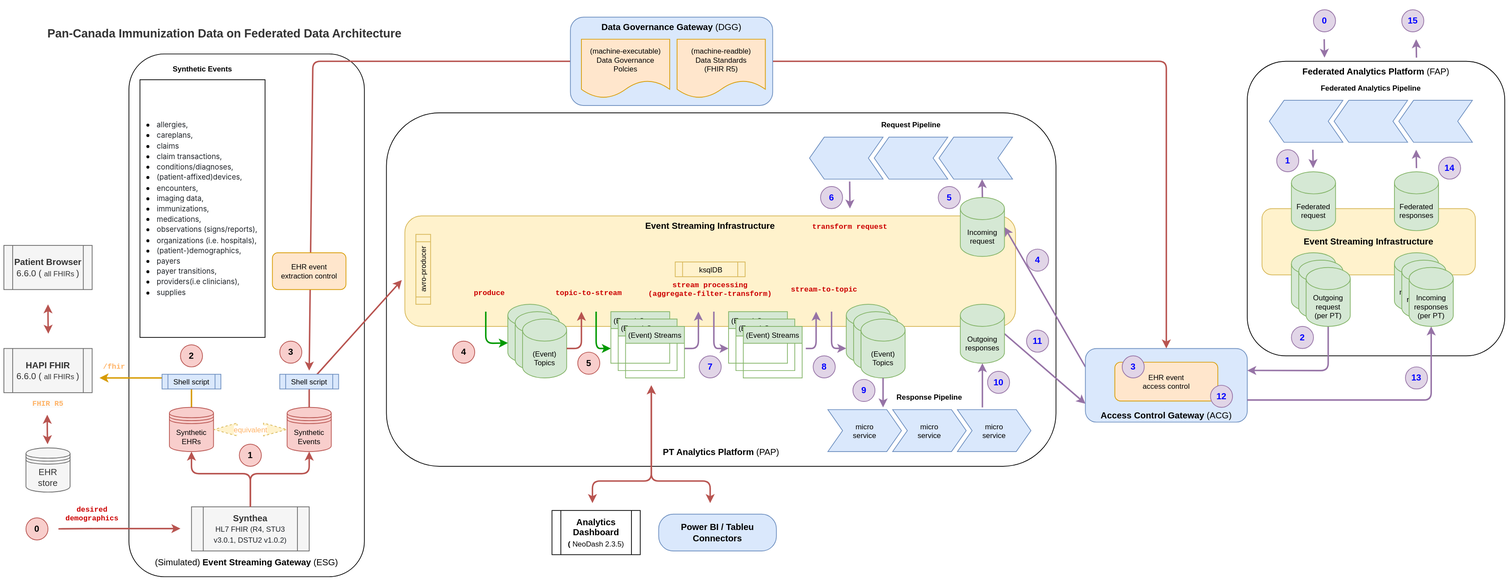
The draw.io diagram paradire/img/system-architecture.drawio.svg in PHACDataHub/data-mesh-ref-impl, before a commit. Source tidied: cells renumbered, new cells last; positions are measured from the earlier drawing's top-left corner, leaving out a move shared by most shapes.
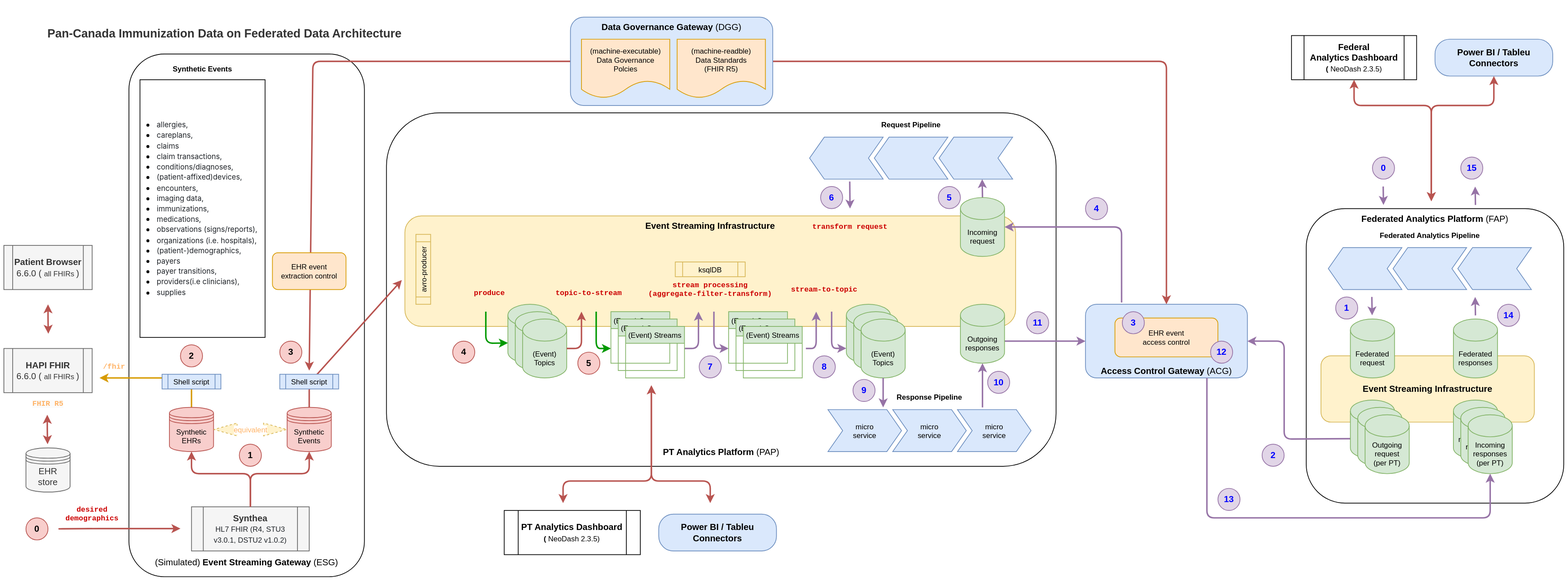
After the commit.

Diff of the diagram source:
```diff
@@ -3,7 +3,7 @@
     <mxCell id="0" />
     <mxCell id="1" parent="0" />
     <mxCell id="2" value="&lt;b&gt;Federated Analytics Platform&amp;nbsp;&lt;/b&gt;(FAP)" style="rounded=1;whiteSpace=wrap;html=1;fontFamily=Helvetica;fontSize=12;fontColor=#000000;verticalAlign=top;spacingBottom=10;fillColor=none;" parent="1" vertex="1">
-      <mxGeometry x="1690" y="70" width="350" height="400" as="geometry" />
+      <mxGeometry x="1770" y="270" width="350" height="400" as="geometry" />
     </mxCell>
     <mxCell id="3" value="&lt;b&gt;PT Analytics Platform&amp;nbsp;&lt;/b&gt;(PAP)" style="rounded=1;whiteSpace=wrap;html=1;fontFamily=Helvetica;fontSize=12;fontColor=#000000;verticalAlign=bottom;spacingBottom=10;fillColor=none;" parent="1" vertex="1">
       <mxGeometry x="520" y="140" width="910" height="480" as="geometry" />
@@ -14,11 +14,18 @@
     <mxCell id="5" value="&lt;span style=&quot;font-size: 12px; font-weight: 700;&quot;&gt;Event Streaming Infrastructure&lt;/span&gt;" style="rounded=1;whiteSpace=wrap;html=1;fillColor=#fff2cc;strokeColor=#d6b656;fontSize=10;verticalAlign=top;" parent="1" vertex="1">
       <mxGeometry x="545" y="280" width="830" height="150" as="geometry" />
     </mxCell>
-    <mxCell id="6" style="endArrow=classic;html=1;strokeWidth=2;fillColor=#e1d5e7;strokeColor=#9673a6;entryX=0;entryY=0.75;entryDx=0;entryDy=0;startArrow=none;exitX=1;exitY=0.5;exitDx=0;exitDy=0;exitPerimeter=0;" parent="1" edge="1" source="61" target="68">
-      <mxGeometry relative="1" as="geometry" />
+    <mxCell id="6" style="endArrow=classic;html=1;strokeWidth=2;fillColor=#e1d5e7;strokeColor=#9673a6;entryX=0;entryY=0.5;entryDx=0;entryDy=0;startArrow=none;" parent="1" edge="1" target="68">
+      <mxGeometry relative="1" as="geometry">
+        <mxPoint x="1360" y="450" as="sourcePoint" />
+      </mxGeometry>
     </mxCell>
-    <mxCell id="7" style="endArrow=classic;html=1;strokeWidth=2;fillColor=#e1d5e7;strokeColor=#9673a6;startArrow=none;exitX=0;exitY=0.25;exitDx=0;exitDy=0;entryX=1;entryY=0.5;entryDx=0;entryDy=0;entryPerimeter=0;" parent="1" edge="1" source="68" target="52">
-      <mxGeometry relative="1" as="geometry" />
+    <mxCell id="7" style="endArrow=classic;html=1;strokeWidth=2;fillColor=#e1d5e7;strokeColor=#9673a6;startArrow=none;exitX=0.223;exitY=-0.025;exitDx=0;exitDy=0;entryX=1;entryY=0.5;entryDx=0;entryDy=0;entryPerimeter=0;exitPerimeter=0;" parent="1" edge="1" source="68" target="52">
+      <mxGeometry relative="1" as="geometry">
+        <Array as="points">
+          <mxPoint x="1519" y="295" />
+          <mxPoint x="1450" y="295" />
+        </Array>
+      </mxGeometry>
     </mxCell>
     <mxCell id="8" style="endArrow=classic;html=1;strokeWidth=2;fillColor=#e1d5e7;strokeColor=#9673a6;" parent="1" edge="1">
       <mxGeometry relative="1" as="geometry">
@@ -274,7 +281,7 @@
       <mxGeometry x="145" y="30" width="120" height="80" as="geometry" />
     </mxCell>
     <mxCell id="67" style="group;" parent="1" vertex="1">
-      <mxGeometry x="1470" y="460" width="220" height="100" as="geometry" />
+      <mxGeometry x="1470" y="400" width="220" height="100" as="geometry" />
     </mxCell>
     <mxCell id="68" value="&lt;font color=&quot;#000000&quot;&gt;&lt;b&gt;Access Control Gateway&lt;/b&gt; (ACG)&lt;/font&gt;" style="rounded=1;whiteSpace=wrap;html=1;fontFamily=Helvetica;fontSize=12;verticalAlign=bottom;fillColor=#dae8fc;strokeColor=#6c8ebf;" parent="67" vertex="1">
       <mxGeometry width="220" height="100" as="geometry" />
@@ -313,7 +320,7 @@
       <mxGeometry x="120" y="475" width="60" height="20" as="geometry" />
     </mxCell>
     <mxCell id="78" value="Federated Analytics Pipeline" style="swimlane;horizontal=1;fillColor=none;strokeColor=none;stackBorder=10;align=center;whiteSpace=wrap;html=1;fontFamily=Helvetica;fontSize=10;fontColor=#000000;verticalAlign=bottom;spacing=0;" parent="1" vertex="1">
-      <mxGeometry x="1710" y="90" width="296" height="100" as="geometry" />
+      <mxGeometry x="1790" y="290" width="296" height="100" as="geometry" />
     </mxCell>
     <mxCell id="79" style="shape=step;perimeter=stepPerimeter;fixedSize=1;whiteSpace=wrap;html=1;fontFamily=Helvetica;fontSize=10;rotation=180;fillColor=#dae8fc;strokeColor=#6c8ebf;" parent="78" vertex="1">
       <mxGeometry x="10" y="33" width="100" height="57" as="geometry" />
@@ -325,25 +332,27 @@
       <mxGeometry x="186" y="33" width="100" height="57" as="geometry" />
     </mxCell>
     <mxCell id="82" value="&lt;span style=&quot;font-size: 12px; font-weight: 700;&quot;&gt;Event Streaming Infrastructure&lt;/span&gt;" style="rounded=1;whiteSpace=wrap;html=1;fillColor=#fff2cc;strokeColor=#d6b656;fontSize=10;verticalAlign=middle;" parent="1" vertex="1">
-      <mxGeometry x="1710" y="270" width="290" height="90" as="geometry" />
+      <mxGeometry x="1790" y="470" width="290" height="90" as="geometry" />
     </mxCell>
-    <mxCell id="83" style="endArrow=classic;html=1;strokeWidth=2;fillColor=#e1d5e7;strokeColor=#9673a6;startArrow=none;exitX=0.5;exitY=1;exitDx=0;exitDy=0;entryX=1;entryY=0.298;entryDx=0;entryDy=0;exitPerimeter=0;entryPerimeter=0;" parent="1" edge="1" source="88" target="68">
+    <mxCell id="83" style="endArrow=classic;html=1;strokeWidth=2;fillColor=#e1d5e7;strokeColor=#9673a6;startArrow=none;exitX=0;exitY=0;exitDx=0;exitDy=52.5;entryX=1;entryY=0.5;entryDx=0;entryDy=0;exitPerimeter=0;" parent="1" edge="1" source="86" target="68">
       <mxGeometry relative="1" as="geometry">
         <Array as="points">
-          <mxPoint x="1800" y="490" />
+          <mxPoint x="1740" y="583" />
+          <mxPoint x="1740" y="450" />
         </Array>
       </mxGeometry>
     </mxCell>
-    <mxCell id="84" style="endArrow=classic;html=1;strokeWidth=2;fillColor=#e1d5e7;strokeColor=#9673a6;entryX=0.5;entryY=1;entryDx=0;entryDy=0;startArrow=none;exitX=1;exitY=0.5;exitDx=0;exitDy=0;exitPerimeter=0;entryPerimeter=0;" parent="1" edge="1" target="92">
+    <mxCell id="84" style="endArrow=classic;html=1;strokeWidth=2;fillColor=#e1d5e7;strokeColor=#9673a6;entryX=0.5;entryY=1;entryDx=0;entryDy=0;startArrow=none;exitX=0.75;exitY=1;exitDx=0;exitDy=0;entryPerimeter=0;" parent="1" edge="1" source="68" target="92">
       <mxGeometry relative="1" as="geometry">
-        <mxPoint x="1690" y="530" as="sourcePoint" />
         <Array as="points">
-          <mxPoint x="1940" y="530" />
+          <mxPoint x="1635" y="690" />
+          <mxPoint x="1720" y="690" />
+          <mxPoint x="2020" y="690" />
         </Array>
       </mxGeometry>
     </mxCell>
     <mxCell id="85" style="group;" parent="1" vertex="1">
-      <mxGeometry x="1750" y="330" width="80" height="100" as="geometry" />
+      <mxGeometry x="1830" y="530" width="80" height="100" as="geometry" />
     </mxCell>
     <mxCell id="86" value="Outgoing&lt;br&gt;request&lt;br&gt;(per PT)" style="shape=cylinder3;whiteSpace=wrap;html=1;boundedLbl=1;backgroundOutline=1;size=15;fontFamily=Helvetica;fontSize=10;fillColor=#d5e8d4;strokeColor=#82b366;" parent="85" vertex="1">
       <mxGeometry width="60" height="80" as="geometry" />
@@ -355,7 +364,7 @@
       <mxGeometry x="20" y="20" width="60" height="80" as="geometry" />
     </mxCell>
     <mxCell id="89" style="group;" parent="1" vertex="1">
-      <mxGeometry x="1890" y="330" width="80" height="100" as="geometry" />
+      <mxGeometry x="1970" y="530" width="80" height="100" as="geometry" />
     </mxCell>
     <mxCell id="90" value="Incoming responses&lt;br&gt;(per PT)" style="shape=cylinder3;whiteSpace=wrap;html=1;boundedLbl=1;backgroundOutline=1;size=15;fontFamily=Helvetica;fontSize=10;fillColor=#d5e8d4;strokeColor=#82b366;" parent="89" vertex="1">
       <mxGeometry width="60" height="80" as="geometry" />
@@ -370,31 +379,31 @@
       <mxGeometry x="1100" y="290" width="100" height="10" as="geometry" />
     </mxCell>
     <mxCell id="94" value="Federated&lt;br&gt;request" style="shape=cylinder3;whiteSpace=wrap;html=1;boundedLbl=1;backgroundOutline=1;size=15;fontFamily=Helvetica;fontSize=10;fillColor=#d5e8d4;strokeColor=#82b366;" parent="1" vertex="1">
-      <mxGeometry x="1750" y="220" width="60" height="80" as="geometry" />
+      <mxGeometry x="1830" y="420" width="60" height="80" as="geometry" />
     </mxCell>
     <mxCell id="95" value="Federated responses" style="shape=cylinder3;whiteSpace=wrap;html=1;boundedLbl=1;backgroundOutline=1;size=15;fontFamily=Helvetica;fontSize=10;fillColor=#d5e8d4;strokeColor=#82b366;" parent="1" vertex="1">
-      <mxGeometry x="1890" y="220" width="60" height="80" as="geometry" />
+      <mxGeometry x="1970" y="420" width="60" height="80" as="geometry" />
     </mxCell>
     <mxCell id="96" style="endArrow=classic;html=1;strokeWidth=2;fillColor=#e1d5e7;strokeColor=#9673a6;exitX=0.5;exitY=0;exitDx=0;exitDy=0;exitPerimeter=0;entryX=0.414;entryY=0.001;entryDx=0;entryDy=0;entryPerimeter=0;" parent="1" edge="1">
       <mxGeometry relative="1" as="geometry">
-        <mxPoint x="1920" y="65.1" as="sourcePoint" />
-        <mxPoint x="1919.6" y="40" as="targetPoint" />
+        <mxPoint x="2000" y="265.1" as="sourcePoint" />
+        <mxPoint x="1999.6" y="240" as="targetPoint" />
       </mxGeometry>
     </mxCell>
     <mxCell id="97" style="endArrow=none;html=1;strokeWidth=2;fillColor=#e1d5e7;strokeColor=#9673a6;exitX=0.5;exitY=0;exitDx=0;exitDy=0;exitPerimeter=0;entryX=0.414;entryY=0.001;entryDx=0;entryDy=0;entryPerimeter=0;startArrow=classic;startFill=1;endFill=0;" parent="1" edge="1">
       <mxGeometry relative="1" as="geometry">
-        <mxPoint x="1795" y="65.1" as="sourcePoint" />
-        <mxPoint x="1794.6" y="40" as="targetPoint" />
+        <mxPoint x="1875" y="265.1" as="sourcePoint" />
+        <mxPoint x="1874.6" y="240" as="targetPoint" />
       </mxGeometry>
     </mxCell>
     <mxCell id="98" value="1" style="ellipse;whiteSpace=wrap;html=1;labelBackgroundColor=none;fontFamily=Helvetica;fontSize=12;fillColor=#e1d5e7;strokeColor=#9673a6;fontStyle=1;fontColor=#0000FF;" parent="1" vertex="1">
-      <mxGeometry x="1730" y="190" width="30" height="30" as="geometry" />
+      <mxGeometry x="1810" y="390" width="30" height="30" as="geometry" />
     </mxCell>
     <mxCell id="99" value="2" style="ellipse;whiteSpace=wrap;html=1;labelBackgroundColor=none;fontFamily=Helvetica;fontSize=12;fillColor=#e1d5e7;strokeColor=#9673a6;fontStyle=1;fontColor=#0000FF;" parent="1" vertex="1">
-      <mxGeometry x="1750" y="430" width="30" height="30" as="geometry" />
+      <mxGeometry x="1710" y="590" width="30" height="30" as="geometry" />
     </mxCell>
     <mxCell id="100" value="4" style="ellipse;whiteSpace=wrap;html=1;labelBackgroundColor=none;fontFamily=Helvetica;fontSize=12;fillColor=#e1d5e7;strokeColor=#9673a6;fontStyle=1;fontColor=#0000FF;" parent="1" vertex="1">
-      <mxGeometry x="1390" y="325" width="30" height="30" as="geometry" />
+      <mxGeometry x="1470" y="255" width="30" height="30" as="geometry" />
     </mxCell>
     <mxCell id="101" value="6" style="ellipse;whiteSpace=wrap;html=1;labelBackgroundColor=none;fontFamily=Helvetica;fontSize=12;fillColor=#e1d5e7;strokeColor=#9673a6;fontStyle=1;fontColor=#0000FF;" parent="1" vertex="1">
       <mxGeometry x="1110" y="240" width="30" height="30" as="geometry" />
@@ -415,31 +424,31 @@
       <mxGeometry x="1337" y="491" width="30" height="30" as="geometry" />
     </mxCell>
     <mxCell id="107" value="11" style="ellipse;whiteSpace=wrap;html=1;labelBackgroundColor=none;fontFamily=Helvetica;fontSize=12;fillColor=#e1d5e7;strokeColor=#9673a6;fontStyle=1;fontColor=#0000FF;" parent="1" vertex="1">
-      <mxGeometry x="1390" y="435" width="30" height="30" as="geometry" />
+      <mxGeometry x="1390" y="410" width="30" height="30" as="geometry" />
     </mxCell>
     <mxCell id="108" value="13" style="ellipse;whiteSpace=wrap;html=1;labelBackgroundColor=none;fontFamily=Helvetica;fontSize=12;fillColor=#e1d5e7;strokeColor=#9673a6;fontStyle=1;fontColor=#0000FF;" parent="1" vertex="1">
-      <mxGeometry x="1905" y="485" width="30" height="30" as="geometry" />
+      <mxGeometry x="1650" y="650" width="30" height="30" as="geometry" />
     </mxCell>
     <mxCell id="109" value="14" style="ellipse;whiteSpace=wrap;html=1;labelBackgroundColor=none;fontFamily=Helvetica;fontSize=12;fillColor=#e1d5e7;strokeColor=#9673a6;fontStyle=1;fontColor=#0000FF;" parent="1" vertex="1">
-      <mxGeometry x="1950" y="200" width="30" height="30" as="geometry" />
+      <mxGeometry x="2030" y="400" width="30" height="30" as="geometry" />
     </mxCell>
     <mxCell id="110" value="0" style="ellipse;whiteSpace=wrap;html=1;labelBackgroundColor=none;fontFamily=Helvetica;fontSize=12;fillColor=#e1d5e7;strokeColor=#9673a6;fontStyle=1;fontColor=#0000FF;" parent="1" vertex="1">
-      <mxGeometry x="1780" width="30" height="30" as="geometry" />
+      <mxGeometry x="1860" y="200" width="30" height="30" as="geometry" />
     </mxCell>
     <mxCell id="111" style="endArrow=none;html=1;strokeWidth=2;fillColor=#e1d5e7;strokeColor=#9673a6;exitX=0.5;exitY=0;exitDx=0;exitDy=0;exitPerimeter=0;entryX=0.414;entryY=0.001;entryDx=0;entryDy=0;entryPerimeter=0;startArrow=classic;startFill=1;endFill=0;" parent="1" edge="1">
       <mxGeometry relative="1" as="geometry">
-        <mxPoint x="1779.6" y="215.1" as="sourcePoint" />
-        <mxPoint x="1779.2" y="190" as="targetPoint" />
+        <mxPoint x="1859.6" y="415.1" as="sourcePoint" />
+        <mxPoint x="1859.2" y="390" as="targetPoint" />
       </mxGeometry>
     </mxCell>
     <mxCell id="112" style="endArrow=classic;html=1;strokeWidth=2;fillColor=#e1d5e7;strokeColor=#9673a6;exitX=0.5;exitY=0;exitDx=0;exitDy=0;exitPerimeter=0;entryX=0.414;entryY=0.001;entryDx=0;entryDy=0;entryPerimeter=0;" parent="1" edge="1">
       <mxGeometry relative="1" as="geometry">
-        <mxPoint x="1920" y="215.1" as="sourcePoint" />
-        <mxPoint x="1919.6" y="190" as="targetPoint" />
+        <mxPoint x="2000" y="415.1" as="sourcePoint" />
+        <mxPoint x="1999.6" y="390" as="targetPoint" />
       </mxGeometry>
     </mxCell>
     <mxCell id="113" value="15" style="ellipse;whiteSpace=wrap;html=1;labelBackgroundColor=none;fontFamily=Helvetica;fontSize=12;fillColor=#e1d5e7;strokeColor=#9673a6;fontStyle=1;fontColor=#0000FF;" parent="1" vertex="1">
-      <mxGeometry x="1900" width="30" height="30" as="geometry" />
+      <mxGeometry x="1980" y="200" width="30" height="30" as="geometry" />
     </mxCell>
     <mxCell id="114" value="0" style="ellipse;whiteSpace=wrap;html=1;labelBackgroundColor=none;fontFamily=Helvetica;fontSize=12;fillColor=#f8cecc;strokeColor=#b85450;fontStyle=1;" parent="1" vertex="1">
       <mxGeometry x="30" y="690" width="30" height="30" as="geometry" />
@@ -493,8 +502,8 @@
         </Array>
       </mxGeometry>
     </mxCell>
-    <mxCell id="127" value="&lt;b&gt;Analytics Dashboard&lt;br&gt;&lt;/b&gt;&lt;font style=&quot;font-size: 10px;&quot;&gt;&lt;b&gt;(&lt;/b&gt;NeoDash 2.3.5)&lt;/font&gt;" style="shape=process;whiteSpace=wrap;html=1;backgroundOutline=1;" parent="1" vertex="1">
-      <mxGeometry x="745" y="680" width="120" height="60" as="geometry" />
+    <mxCell id="127" value="&lt;b&gt;PT Analytics Dashboard&lt;br&gt;&lt;/b&gt;&lt;font style=&quot;font-size: 10px;&quot;&gt;&lt;b&gt;(&lt;/b&gt;NeoDash 2.3.5)&lt;/font&gt;" style="shape=process;whiteSpace=wrap;html=1;backgroundOutline=1;" parent="1" vertex="1">
+      <mxGeometry x="680" y="680" width="185" height="60" as="geometry" />
     </mxCell>
     <mxCell id="128" style="group;verticalAlign=middle;" parent="1" vertex="1">
       <mxGeometry x="890" y="685" width="160" height="50" as="geometry" />
@@ -505,10 +514,10 @@
     <mxCell id="130" style="endArrow=classic;html=1;strokeWidth=2;fillColor=#f8cecc;strokeColor=#b85450;startArrow=classic;startFill=1;" parent="1" edge="1">
       <mxGeometry relative="1" as="geometry">
         <mxPoint x="880" y="510" as="sourcePoint" />
-        <mxPoint x="800" y="670" as="targetPoint" />
+        <mxPoint x="760" y="670" as="targetPoint" />
         <Array as="points">
           <mxPoint x="880" y="640" />
-          <mxPoint x="800" y="640" />
+          <mxPoint x="760" y="640" />
         </Array>
       </mxGeometry>
     </mxCell>
@@ -522,5 +531,32 @@
         </Array>
       </mxGeometry>
     </mxCell>
+    <mxCell id="132" value="&lt;b&gt;Federal&lt;br&gt;Analytics Dashboard&lt;br&gt;&lt;/b&gt;&lt;font style=&quot;font-size: 10px;&quot;&gt;&lt;b&gt;(&lt;/b&gt;NeoDash 2.3.5)&lt;/font&gt;" style="shape=process;whiteSpace=wrap;html=1;backgroundOutline=1;" parent="1" vertex="1">
+      <mxGeometry x="1750" y="35" width="170" height="60" as="geometry" />
+    </mxCell>
+    <mxCell id="133" style="group;verticalAlign=middle;" parent="1" vertex="1">
+      <mxGeometry x="1945" y="40" width="160" height="50" as="geometry" />
+    </mxCell>
+    <mxCell id="134" value="&lt;div style=&quot;line-height: 120%;&quot;&gt;&lt;b style=&quot;background-color: initial; border-color: var(--border-color);&quot;&gt;Power BI / Tableu&lt;/b&gt;&lt;/div&gt;&lt;b style=&quot;border-color: var(--border-color);&quot;&gt;Connectors&lt;/b&gt;" style="rounded=1;whiteSpace=wrap;html=1;fontFamily=Helvetica;fontSize=12;verticalAlign=middle;fillColor=#dae8fc;strokeColor=#6c8ebf;arcSize=40;" parent="133" vertex="1">
+      <mxGeometry width="160" height="50" as="geometry" />
+    </mxCell>
+    <mxCell id="135" style="endArrow=classic;html=1;strokeWidth=2;fillColor=#f8cecc;strokeColor=#b85450;startArrow=classic;startFill=1;exitX=0.5;exitY=1;exitDx=0;exitDy=0;" parent="1" edge="1" source="132">
+      <mxGeometry relative="1" as="geometry">
+        <mxPoint x="1940" y="260" as="targetPoint" />
+        <Array as="points">
+          <mxPoint x="1835" y="130" />
+          <mxPoint x="1940" y="130" />
+        </Array>
+      </mxGeometry>
+    </mxCell>
+    <mxCell id="136" style="endArrow=classic;html=1;strokeWidth=2;fillColor=#f8cecc;strokeColor=#b85450;startArrow=classic;startFill=1;entryX=0.5;entryY=1;entryDx=0;entryDy=0;" parent="1" edge="1" target="134">
+      <mxGeometry relative="1" as="geometry">
+        <mxPoint x="1940" y="260" as="sourcePoint" />
+        <Array as="points">
+          <mxPoint x="1940" y="130" />
+          <mxPoint x="2025" y="130" />
+        </Array>
+      </mxGeometry>
+    </mxCell>
   </root>
 </mxGraphModel>
```
